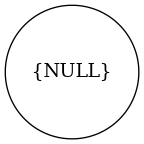
Earlier version of the Graphviz export Proyecto-Fase 2/Reportes/BST.png (Rodrigo-1504/-EDD-1S2025_202202854). Its source is kept beside it as Proyecto-Fase 2/Reportes/BST.dot.
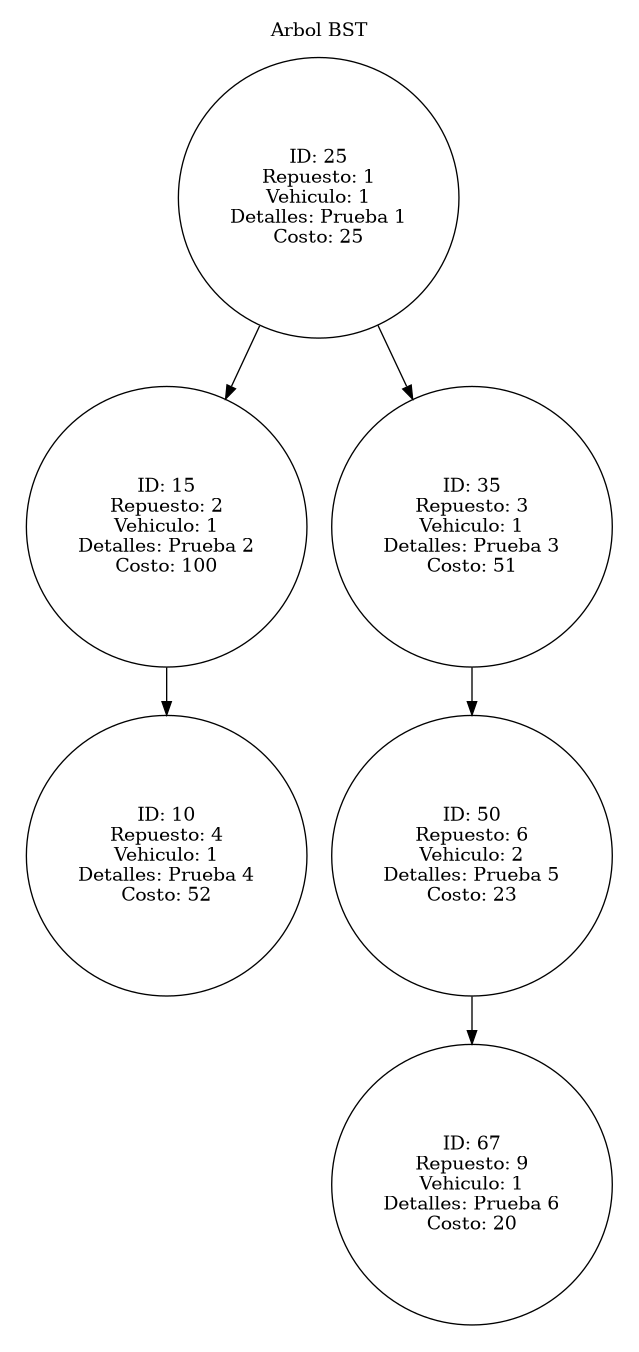
After the change.

What changed in the source:
```diff
@@ -1,4 +1,42 @@
-digraph G {
+digraph AVL{
 	node[shape=circle];
-	NULL[label = "{NULL}"];
+	graph[pencolor=transparent];
+	subgraph cluster_0{
+		label = "Arbol BST";
+	"25" [label = "ID: 25
+Repuesto: 1
+Vehiculo: 1
+Detalles: Prueba 1
+Costo: 25"];
+	"25" -> "15";
+	"25" -> "35";
+	"15" [label = "ID: 15
+Repuesto: 2
+Vehiculo: 1
+Detalles: Prueba 2
+Costo: 100"];
+	"15" -> "10";
+	"10" [label = "ID: 10
+Repuesto: 4
+Vehiculo: 1
+Detalles: Prueba 4
+Costo: 52"];
+	"35" [label = "ID: 35
+Repuesto: 3
+Vehiculo: 1
+Detalles: Prueba 3
+Costo: 51"];
+	"35" -> "50";
+	"50" [label = "ID: 50
+Repuesto: 6
+Vehiculo: 2
+Detalles: Prueba 5
+Costo: 23"];
+	"50" -> "67";
+	"67" [label = "ID: 67
+Repuesto: 9
+Vehiculo: 1
+Detalles: Prueba 6
+Costo: 20"];
+		}
 }
```
